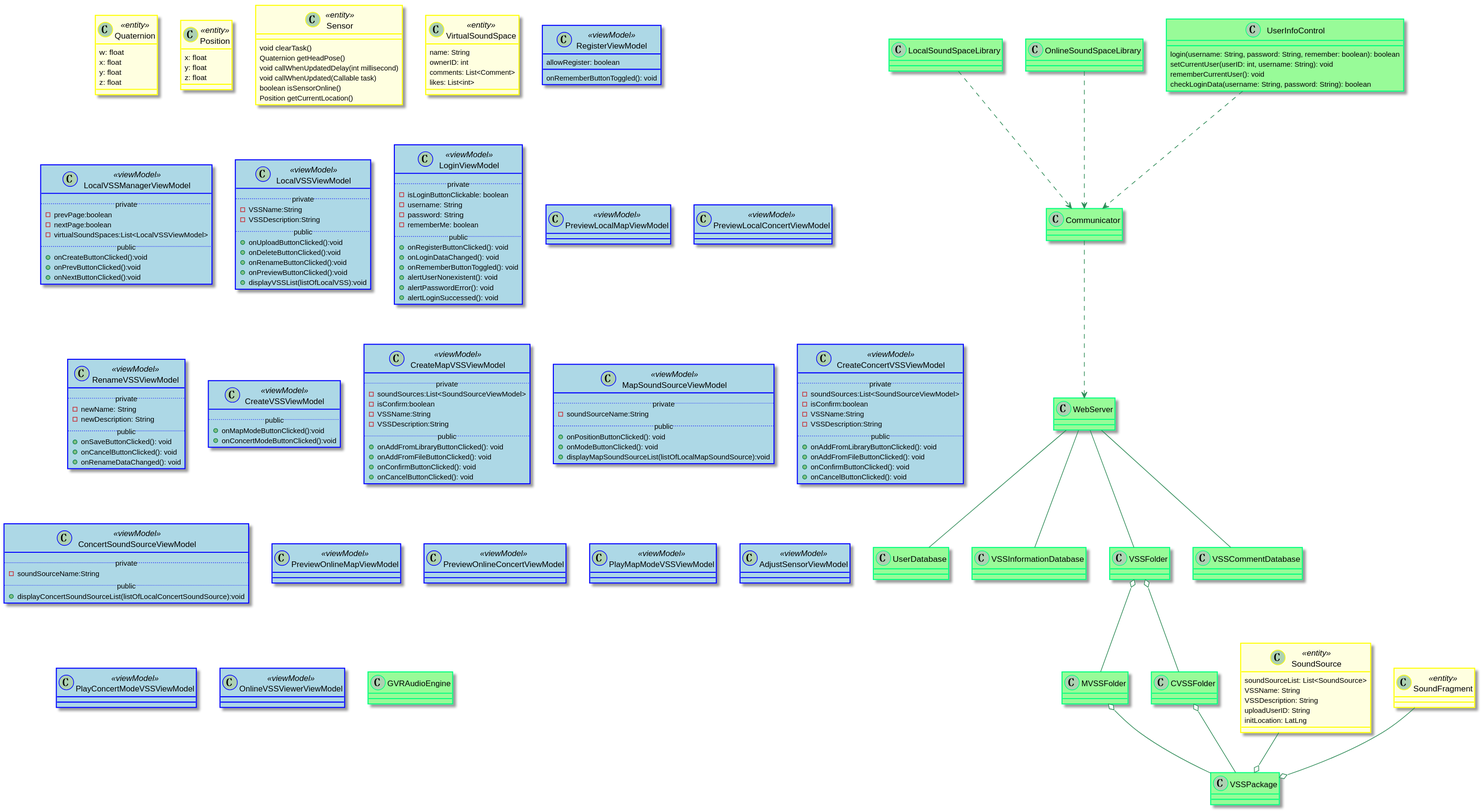
The PlantUML diagram 设计/Diagrams/ClassDiagram.svg in kpp19920121/doc, before a commit.
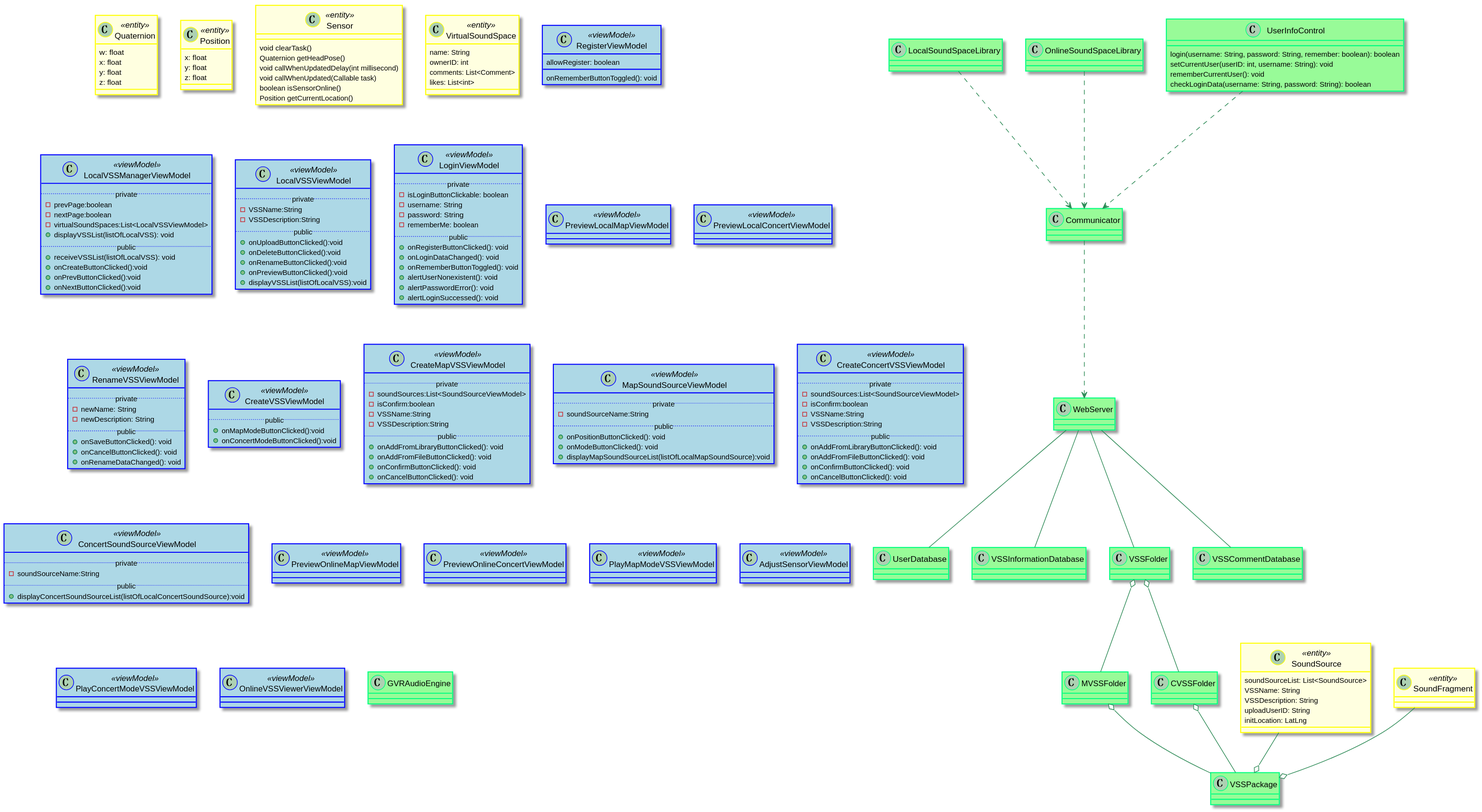
After the commit.

Diff of the diagram source:
```diff
@@ -66,7 +66,9 @@
   -prevPage:boolean
   -nextPage:boolean
   -virtualSoundSpaces:List<LocalVSSViewModel>
+	+displayVSSList(listOfLocalVSS): void
   ..public..
+	+receiveVSSList(listOfLocalVSS): void
   +onCreateButtonClicked():void
   +onPrevButtonClicked():void
   +onNextButtonClicked():void
```
